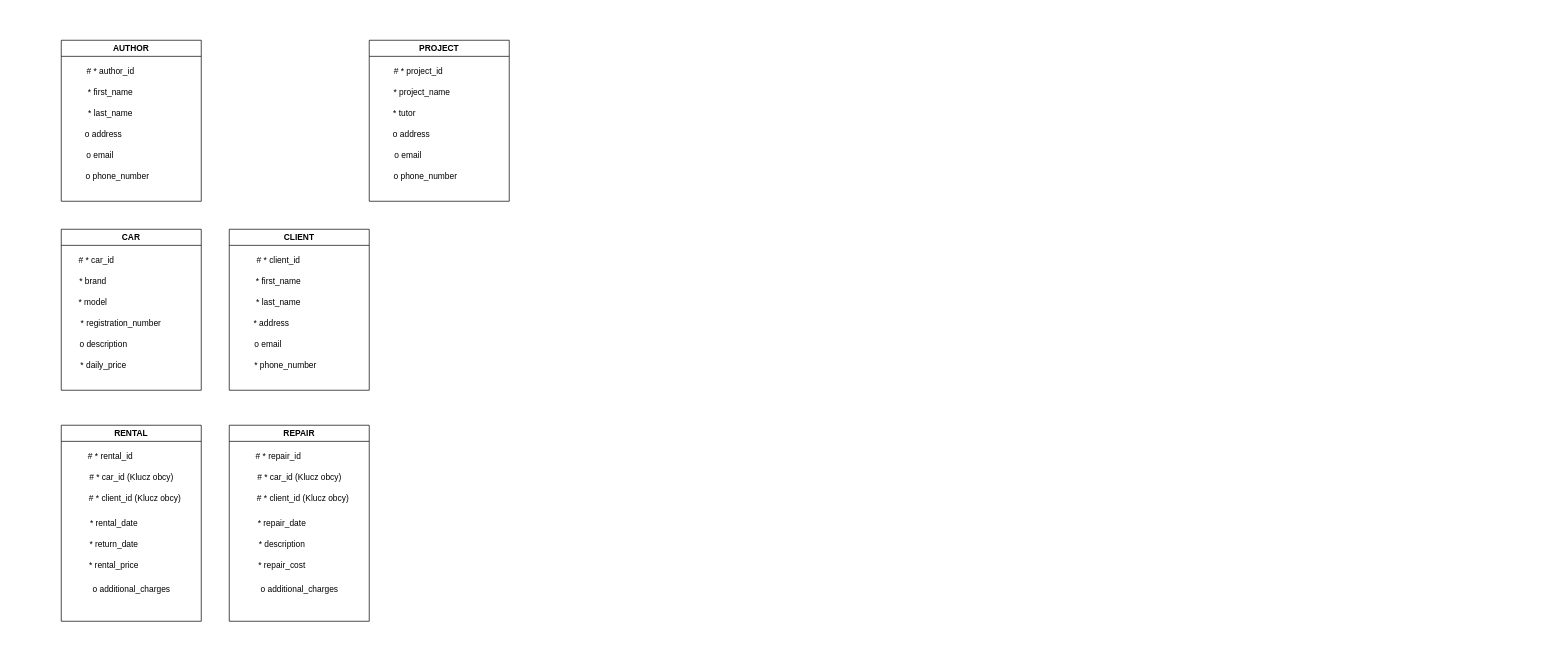
Before: CarRental.drawio in jacosaj/BazyDanychLAB, a draw.io diagram. Source tidied: cells renumbered, new cells numbered last; positions are measured from the earlier drawing's top-left corner, leaving out a move shared by most shapes. Both pictures are drawn from the tidied source at 70%, with x=0, y=0 at pixel (61, 40).
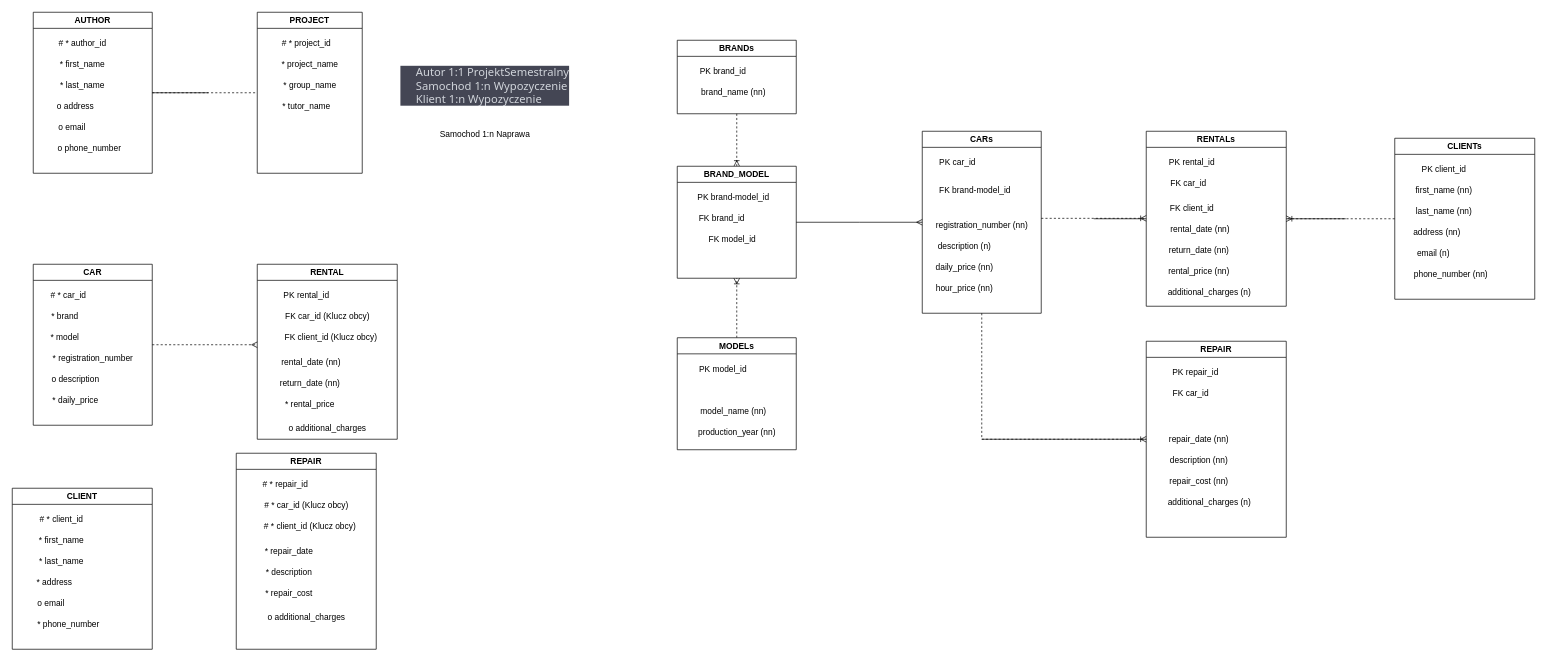
After the change.

Change to the diagram source:
```diff
@@
+    <mxCell id="46" style="edgeStyle=orthogonalEdgeStyle;rounded=0;jettySize=auto;html=1;endArrow=ERmany;endFill=0;dashed=1;" parent="1" edge="1" source="2">
+      <mxGeometry relative="1" as="geometry">
+        <mxPoint x="280" y="435" as="targetPoint" />
+      </mxGeometry>
+    </mxCell>
     <mxCell id="2" value="CAR" style="swimlane;whiteSpace=wrap;html=1;" parent="1" vertex="1">
-      <mxGeometry y="270" width="200" height="230" as="geometry" />
+      <mxGeometry x="-40" y="320" width="170" height="230" as="geometry" />
     </mxCell>
@@
     <mxCell id="9" value="CLIENT" style="swimlane;whiteSpace=wrap;html=1;startSize=23;" parent="1" vertex="1">
-      <mxGeometry x="240" y="270" width="200" height="230" as="geometry" />
+      <mxGeometry x="-70" y="640" width="200" height="230" as="geometry" />
     </mxCell>
@@
     <mxCell id="16" value="RENTAL" style="swimlane;whiteSpace=wrap;html=1;startSize=23;" parent="1" vertex="1">
-      <mxGeometry y="550" width="200" height="280" as="geometry" />
+      <mxGeometry x="280" y="320" width="200" height="250" as="geometry" />
     </mxCell>
-    <mxCell id="17" value="# *&amp;nbsp;rental_id " style="text;html=1;align=center;verticalAlign=middle;strokeColor=none;fillColor=none;" parent="16" vertex="1">
+    <mxCell id="17" value="PK rental_id " style="text;html=1;align=center;verticalAlign=middle;strokeColor=none;fillColor=none;" parent="16" vertex="1">
       <mxGeometry x="25" y="30" width="90" height="30" as="geometry" />
     </mxCell>
@@
-    <mxCell id="19" value="*&amp;nbsp;rental_date " style="text;html=1;align=center;verticalAlign=middle;strokeColor=none;fillColor=none;" parent="16" vertex="1">
-      <mxGeometry x="30" y="125" width="90" height="30" as="geometry" />
+    <mxCell id="19" value="&amp;nbsp;rental_date (nn)" style="text;html=1;align=center;verticalAlign=middle;strokeColor=none;fillColor=none;" parent="16" vertex="1">
+      <mxGeometry x="20" y="125" width="110" height="30" as="geometry" />
     </mxCell>
-    <mxCell id="20" value="* return_date " style="text;html=1;align=center;verticalAlign=middle;strokeColor=none;fillColor=none;" parent="16" vertex="1">
-      <mxGeometry x="30" y="155" width="90" height="30" as="geometry" />
+    <mxCell id="20" value="return_date (nn)" style="text;html=1;align=center;verticalAlign=middle;strokeColor=none;fillColor=none;" parent="16" vertex="1">
+      <mxGeometry x="20" y="155" width="110" height="30" as="geometry" />
     </mxCell>
-    <mxCell id="21" value="# * car_id (Klucz obcy)" style="text;html=1;align=center;verticalAlign=middle;strokeColor=none;fillColor=none;" parent="16" vertex="1">
+    <mxCell id="21" value="FK car_id (Klucz obcy)" style="text;html=1;align=center;verticalAlign=middle;strokeColor=none;fillColor=none;" parent="16" vertex="1">
       <mxGeometry x="30" y="60" width="140" height="30" as="geometry" />
     </mxCell>
-    <mxCell id="22" value="# *&amp;nbsp;client_id (Klucz obcy)" style="text;html=1;align=center;verticalAlign=middle;strokeColor=none;fillColor=none;" parent="16" vertex="1">
-      <mxGeometry x="30" y="90" width="150" height="30" as="geometry" />
+    <mxCell id="22" value="FK client_id (Klucz obcy)" style="text;html=1;align=center;verticalAlign=middle;strokeColor=none;fillColor=none;" parent="16" vertex="1">
+      <mxGeometry x="25" y="90" width="160" height="30" as="geometry" />
     </mxCell>
@@
     <mxCell id="24" value="REPAIR" style="swimlane;whiteSpace=wrap;html=1;startSize=23;" parent="1" vertex="1">
-      <mxGeometry x="240" y="550" width="200" height="280" as="geometry" />
+      <mxGeometry x="250" y="590" width="200" height="280" as="geometry" />
     </mxCell>
@@
+    <mxCell id="47" style="edgeStyle=orthogonalEdgeStyle;rounded=0;jettySize=auto;html=1;entryX=0;entryY=0.5;entryDx=0;entryDy=0;endArrow=none;endFill=0;strokeWidth=1;dashed=1;" parent="1" edge="1" source="32" target="39">
+      <mxGeometry relative="1" as="geometry" />
+    </mxCell>
+    <mxCell id="48" style="edgeStyle=orthogonalEdgeStyle;rounded=0;jettySize=auto;html=1;endArrow=none;endFill=0;" parent="1" edge="1" source="32">
+      <mxGeometry relative="1" as="geometry">
+        <mxPoint x="210" y="75" as="targetPoint" />
+      </mxGeometry>
+    </mxCell>
     <mxCell id="32" value="AUTHOR" style="swimlane;whiteSpace=wrap;html=1;startSize=23;" parent="1" vertex="1">
-      <mxGeometry width="200" height="230" as="geometry" />
+      <mxGeometry x="-40" y="-40" width="170" height="230" as="geometry" />
     </mxCell>
@@
     <mxCell id="39" value="PROJECT" style="swimlane;whiteSpace=wrap;html=1;startSize=23;" parent="1" vertex="1">
-      <mxGeometry x="440" width="200" height="230" as="geometry" />
+      <mxGeometry x="280" y="-40" width="150" height="230" as="geometry" />
     </mxCell>
@@
-    <mxCell id="41" value="o phone_number " style="text;html=1;align=center;verticalAlign=middle;strokeColor=none;fillColor=none;" parent="39" vertex="1">
-      <mxGeometry x="25" y="180" width="110" height="30" as="geometry" />
-    </mxCell>
@@
-    <mxCell id="43" value="*&amp;nbsp;tutor" style="text;html=1;align=center;verticalAlign=middle;strokeColor=none;fillColor=none;" parent="39" vertex="1">
-      <mxGeometry x="20" y="90" width="60" height="30" as="geometry" />
+    <mxCell id="43" value="*&amp;nbsp;tutor_name" style="text;html=1;align=center;verticalAlign=middle;strokeColor=none;fillColor=none;" parent="39" vertex="1">
+      <mxGeometry x="25" y="120" width="90" height="30" as="geometry" />
     </mxCell>
-    <mxCell id="44" value="o address " style="text;html=1;align=center;verticalAlign=middle;strokeColor=none;fillColor=none;" parent="39" vertex="1">
-      <mxGeometry x="20" y="120" width="80" height="30" as="geometry" />
-    </mxCell>
-    <mxCell id="45" value="o&amp;nbsp;email " style="text;html=1;align=center;verticalAlign=middle;strokeColor=none;fillColor=none;" parent="39" vertex="1">
-      <mxGeometry x="25" y="150" width="60" height="30" as="geometry" />
-    </mxCell>
+    <mxCell id="49" value="* group_name" style="text;html=1;align=center;verticalAlign=middle;strokeColor=none;fillColor=none;" parent="39" vertex="1">
+      <mxGeometry x="25" y="90" width="100" height="30" as="geometry" />
+    </mxCell>
+    <mxCell id="50" value="&lt;ul style=&quot;border: 0px solid rgb(217, 217, 227); box-sizing: border-box; --tw-border-spacing-x:0; --tw-border-spacing-y:0; --tw-translate-x:0; --tw-translate-y:0; --tw-rotate:0; --tw-skew-x:0; --tw-skew-y:0; --tw-scale-x:1; --tw-scale-y:1; --tw-pan-x: ; --tw-pan-y: ; --tw-pinch-zoom: ; --tw-scroll-snap-strictness:proximity; --tw-ordinal: ; --tw-slashed-zero: ; --tw-numeric-figure: ; --tw-numeric-spacing: ; --tw-numeric-fraction: ; --tw-ring-inset: ; --tw-ring-offset-width:0px; --tw-ring-offset-color:#fff; --tw-ring-color:rgba(59,130,246,0.5); --tw-ring-offset-shadow:0 0 transparent; --tw-ring-shadow:0 0 transparent; --tw-shadow:0 0 transparent; --tw-shadow-colored:0 0 transparent; --tw-blur: ; --tw-brightness: ; --tw-contrast: ; --tw-grayscale: ; --tw-hue-rotate: ; --tw-invert: ; --tw-saturate: ; --tw-sepia: ; --tw-drop-shadow: ; --tw-backdrop-blur: ; --tw-backdrop-brightness: ; --tw-backdrop-contrast: ; --tw-backdrop-grayscale: ; --tw-backdrop-hue-rotate: ; --tw-backdrop-invert: ; --tw-backdrop-opacity: ; --tw-backdrop-saturate: ; --tw-backdrop-sepia: ; list-style-position: initial; list-style-image: initial; margin: 1.25em 0px; padding: 0px 0px 0px 1rem; display: flex; flex-direction: column; color: rgb(209, 213, 219); font-family: Söhne, ui-sans-serif, system-ui, -apple-system, &amp;quot;Segoe UI&amp;quot;, Roboto, Ubuntu, Cantarell, &amp;quot;Noto Sans&amp;quot;, sans-serif, &amp;quot;Helvetica Neue&amp;quot;, Arial, &amp;quot;Apple Color Emoji&amp;quot;, &amp;quot;Segoe UI Emoji&amp;quot;, &amp;quot;Segoe UI Symbol&amp;quot;, &amp;quot;Noto Color Emoji&amp;quot;; font-size: 16px; text-align: start; background-color: rgb(68, 70, 84);&quot;&gt;&lt;li style=&quot;border: 0px solid rgb(217, 217, 227); box-sizing: border-box; --tw-border-spacing-x:0; --tw-border-spacing-y:0; --tw-translate-x:0; --tw-translate-y:0; --tw-rotate:0; --tw-skew-x:0; --tw-skew-y:0; --tw-scale-x:1; --tw-scale-y:1; --tw-pan-x: ; --tw-pan-y: ; --tw-pinch-zoom: ; --tw-scroll-snap-strictness:proximity; --tw-ordinal: ; --tw-slashed-zero: ; --tw-numeric-figure: ; --tw-numeric-spacing: ; --tw-numeric-fraction: ; --tw-ring-inset: ; --tw-ring-offset-width:0px; --tw-ring-offset-color:#fff; --tw-ring-color:rgba(59,130,246,0.5); --tw-ring-offset-shadow:0 0 transparent; --tw-ring-shadow:0 0 transparent; --tw-shadow:0 0 transparent; --tw-shadow-colored:0 0 transparent; --tw-blur: ; --tw-brightness: ; --tw-contrast: ; --tw-grayscale: ; --tw-hue-rotate: ; --tw-invert: ; --tw-saturate: ; --tw-sepia: ; --tw-drop-shadow: ; --tw-backdrop-blur: ; --tw-backdrop-brightness: ; --tw-backdrop-contrast: ; --tw-backdrop-grayscale: ; --tw-backdrop-hue-rotate: ; --tw-backdrop-invert: ; --tw-backdrop-opacity: ; --tw-backdrop-saturate: ; --tw-backdrop-sepia: ; margin: 0px; padding-left: 0.375em; display: block; position: relative;&quot;&gt;Autor 1:1 ProjektSemestralny&lt;/li&gt;&lt;li style=&quot;border: 0px solid rgb(217, 217, 227); box-sizing: border-box; --tw-border-spacing-x:0; --tw-border-spacing-y:0; --tw-translate-x:0; --tw-translate-y:0; --tw-rotate:0; --tw-skew-x:0; --tw-skew-y:0; --tw-scale-x:1; --tw-scale-y:1; --tw-pan-x: ; --tw-pan-y: ; --tw-pinch-zoom: ; --tw-scroll-snap-strictness:proximity; --tw-ordinal: ; --tw-slashed-zero: ; --tw-numeric-figure: ; --tw-numeric-spacing: ; --tw-numeric-fraction: ; --tw-ring-inset: ; --tw-ring-offset-width:0px; --tw-ring-offset-color:#fff; --tw-ring-color:rgba(59,130,246,0.5); --tw-ring-offset-shadow:0 0 transparent; --tw-ring-shadow:0 0 transparent; --tw-shadow:0 0 transparent; --tw-shadow-colored:0 0 transparent; --tw-blur: ; --tw-brightness: ; --tw-contrast: ; --tw-grayscale: ; --tw-hue-rotate: ; --tw-invert: ; --tw-saturate: ; --tw-sepia: ; --tw-drop-shadow: ; --tw-backdrop-blur: ; --tw-backdrop-brightness: ; --tw-backdrop-contrast: ; --tw-backdrop-grayscale: ; --tw-backdrop-hue-rotate: ; --tw-backdrop-invert: ; --tw-backdrop-opacity: ; --tw-backdrop-saturate: ; --tw-backdrop-sepia: ; margin: 0px; padding-left: 0.375em; display: block; position: relative;&quot;&gt;Samochod 1:n Wypozyczenie&lt;/li&gt;&lt;li style=&quot;border: 0px solid rgb(217, 217, 227); box-sizing: border-box; --tw-border-spacing-x:0; --tw-border-spacing-y:0; --tw-translate-x:0; --tw-translate-y:0; --tw-rotate:0; --tw-skew-x:0; --tw-skew-y:0; --tw-scale-x:1; --tw-scale-y:1; --tw-pan-x: ; --tw-pan-y: ; --tw-pinch-zoom: ; --tw-scroll-snap-strictness:proximity; --tw-ordinal: ; --tw-slashed-zero: ; --tw-numeric-figure: ; --tw-numeric-spacing: ; --tw-numeric-fraction: ; --tw-ring-inset: ; --tw-ring-offset-width:0px; --tw-ring-offset-color:#fff; --tw-ring-color:rgba(59,130,246,0.5); --tw-ring-offset-shadow:0 0 transparent; --tw-ring-shadow:0 0 transparent; --tw-shadow:0 0 transparent; --tw-shadow-colored:0 0 transparent; --tw-blur: ; --tw-brightness: ; --tw-contrast: ; --tw-grayscale: ; --tw-hue-rotate: ; --tw-invert: ; --tw-saturate: ; --tw-sepia: ; --tw-drop-shadow: ; --tw-backdrop-blur: ; --tw-backdrop-brightness: ; --tw-backdrop-contrast: ; --tw-backdrop-grayscale: ; --tw-backdrop-hue-rotate: ; --tw-backdrop-invert: ; --tw-backdrop-opacity: ; --tw-backdrop-saturate: ; --tw-backdrop-sepia: ; margin: 0px; padding-left: 0.375em; display: block; position: relative;&quot;&gt;Klient 1:n Wypozyczenie&lt;/li&gt;&lt;/ul&gt;" style="text;html=1;align=center;verticalAlign=middle;strokeColor=none;fillColor=none;" parent="1" vertex="1">
+      <mxGeometry x="480" y="10" width="250" height="110" as="geometry" />
+    </mxCell>
+    <mxCell id="51" value="Samochod 1:n Naprawa" style="text;html=1;align=center;verticalAlign=middle;strokeColor=none;fillColor=none;" parent="1" vertex="1">
+      <mxGeometry x="530" y="120" width="150" height="30" as="geometry" />
+    </mxCell>
+    <mxCell id="52" style="edgeStyle=orthogonalEdgeStyle;rounded=0;jettySize=auto;html=1;entryX=0;entryY=0.5;entryDx=0;entryDy=0;endArrow=ERoneToMany;endFill=0;dashed=1;" parent="1" edge="1" source="53" target="71">
+      <mxGeometry relative="1" as="geometry">
+        <Array as="points">
+          <mxPoint x="1315" y="570" />
+        </Array>
+      </mxGeometry>
+    </mxCell>
+    <mxCell id="53" value="CARs" style="swimlane;whiteSpace=wrap;html=1;" parent="1" vertex="1">
+      <mxGeometry x="1230" y="130" width="170" height="260" as="geometry" />
+    </mxCell>
+    <mxCell id="54" value="PK car_id" style="text;html=1;align=center;verticalAlign=middle;strokeColor=none;fillColor=none;" parent="53" vertex="1">
+      <mxGeometry x="10" y="30" width="80" height="30" as="geometry" />
+    </mxCell>
+    <mxCell id="55" value="description (n)" style="text;html=1;align=center;verticalAlign=middle;strokeColor=none;fillColor=none;" parent="53" vertex="1">
+      <mxGeometry x="10" y="150" width="100" height="30" as="geometry" />
+    </mxCell>
+    <mxCell id="56" value="daily_price (nn)" style="text;html=1;align=center;verticalAlign=middle;strokeColor=none;fillColor=none;" parent="53" vertex="1">
+      <mxGeometry x="5" y="180" width="110" height="30" as="geometry" />
+    </mxCell>
+    <mxCell id="57" value="registration_number (nn)" style="text;html=1;align=center;verticalAlign=middle;strokeColor=none;fillColor=none;" parent="53" vertex="1">
+      <mxGeometry x="10" y="120" width="150" height="30" as="geometry" />
+    </mxCell>
+    <mxCell id="58" value="hour_price (nn)" style="text;html=1;align=center;verticalAlign=middle;strokeColor=none;fillColor=none;" parent="53" vertex="1">
+      <mxGeometry x="10" y="210" width="100" height="30" as="geometry" />
+    </mxCell>
+    <mxCell id="59" value="FK brand-model_id" style="text;html=1;align=center;verticalAlign=middle;strokeColor=none;fillColor=none;" parent="53" vertex="1">
+      <mxGeometry x="10" y="70" width="130" height="30" as="geometry" />
+    </mxCell>
+    <mxCell id="60" style="edgeStyle=orthogonalEdgeStyle;rounded=0;jettySize=auto;html=1;endArrow=none;endFill=0;" parent="1" edge="1" source="62">
+      <mxGeometry relative="1" as="geometry">
+        <mxPoint x="1475" y="255" as="targetPoint" />
+      </mxGeometry>
+    </mxCell>
+    <mxCell id="61" style="edgeStyle=orthogonalEdgeStyle;rounded=0;jettySize=auto;html=1;endArrow=none;endFill=0;" parent="1" edge="1" source="62">
+      <mxGeometry relative="1" as="geometry">
+        <mxPoint x="1835" y="255" as="targetPoint" />
+      </mxGeometry>
+    </mxCell>
+    <mxCell id="62" value="RENTALs" style="swimlane;whiteSpace=wrap;html=1;startSize=23;" parent="1" vertex="1">
+      <mxGeometry x="1550" y="130" width="200" height="250" as="geometry" />
+    </mxCell>
+    <mxCell id="63" value="PK rental_id " style="text;html=1;align=center;verticalAlign=middle;strokeColor=none;fillColor=none;" parent="62" vertex="1">
+      <mxGeometry x="20" y="30" width="90" height="30" as="geometry" />
+    </mxCell>
+    <mxCell id="64" value="rental_price (nn)" style="text;html=1;align=center;verticalAlign=middle;strokeColor=none;fillColor=none;" parent="62" vertex="1">
+      <mxGeometry x="20" y="185" width="110" height="30" as="geometry" />
+    </mxCell>
+    <mxCell id="65" value="&amp;nbsp;rental_date (nn)" style="text;html=1;align=center;verticalAlign=middle;strokeColor=none;fillColor=none;" parent="62" vertex="1">
+      <mxGeometry x="20" y="125" width="110" height="30" as="geometry" />
+    </mxCell>
+    <mxCell id="66" value="return_date (nn)" style="text;html=1;align=center;verticalAlign=middle;strokeColor=none;fillColor=none;" parent="62" vertex="1">
+      <mxGeometry x="20" y="155" width="110" height="30" as="geometry" />
+    </mxCell>
+    <mxCell id="67" value="FK car_id" style="text;html=1;align=center;verticalAlign=middle;strokeColor=none;fillColor=none;" parent="62" vertex="1">
+      <mxGeometry x="25" y="60" width="70" height="30" as="geometry" />
+    </mxCell>
+    <mxCell id="68" value="FK client_id" style="text;html=1;align=center;verticalAlign=middle;strokeColor=none;fillColor=none;" parent="62" vertex="1">
+      <mxGeometry x="20" y="95" width="90" height="30" as="geometry" />
+    </mxCell>
+    <mxCell id="69" value="additional_charges (n)" style="text;html=1;align=center;verticalAlign=middle;strokeColor=none;fillColor=none;" parent="62" vertex="1">
+      <mxGeometry x="20" y="215" width="140" height="30" as="geometry" />
+    </mxCell>
+    <mxCell id="70" style="edgeStyle=orthogonalEdgeStyle;rounded=0;jettySize=auto;html=1;endArrow=none;endFill=0;" parent="1" edge="1" source="71">
+      <mxGeometry relative="1" as="geometry">
+        <mxPoint x="1315" y="570" as="targetPoint" />
+      </mxGeometry>
+    </mxCell>
+    <mxCell id="71" value="REPAIR" style="swimlane;whiteSpace=wrap;html=1;startSize=23;" parent="1" vertex="1">
+      <mxGeometry x="1550" y="430" width="200" height="280" as="geometry" />
+    </mxCell>
+    <mxCell id="72" value="PK repair_id " style="text;html=1;align=center;verticalAlign=middle;strokeColor=none;fillColor=none;" parent="71" vertex="1">
+      <mxGeometry x="25" y="30" width="90" height="30" as="geometry" />
+    </mxCell>
+    <mxCell id="73" value="repair_cost (nn)" style="text;html=1;align=center;verticalAlign=middle;strokeColor=none;fillColor=none;" parent="71" vertex="1">
+      <mxGeometry x="20" y="185" width="110" height="30" as="geometry" />
+    </mxCell>
+    <mxCell id="74" value="repair_date (nn)" style="text;html=1;align=center;verticalAlign=middle;strokeColor=none;fillColor=none;" parent="71" vertex="1">
+      <mxGeometry x="20" y="125" width="110" height="30" as="geometry" />
+    </mxCell>
+    <mxCell id="75" value="description (nn)" style="text;html=1;align=center;verticalAlign=middle;strokeColor=none;fillColor=none;" parent="71" vertex="1">
+      <mxGeometry x="20" y="155" width="110" height="30" as="geometry" />
+    </mxCell>
+    <mxCell id="76" value="FK car_id&amp;nbsp;" style="text;html=1;align=center;verticalAlign=middle;strokeColor=none;fillColor=none;" parent="71" vertex="1">
+      <mxGeometry x="25" y="60" width="80" height="30" as="geometry" />
+    </mxCell>
+    <mxCell id="77" value="additional_charges (n)" style="text;html=1;align=center;verticalAlign=middle;strokeColor=none;fillColor=none;" parent="71" vertex="1">
+      <mxGeometry x="20" y="215" width="140" height="30" as="geometry" />
+    </mxCell>
+    <mxCell id="78" style="edgeStyle=orthogonalEdgeStyle;rounded=0;jettySize=auto;html=1;entryX=1;entryY=0.5;entryDx=0;entryDy=0;endArrow=ERoneToMany;endFill=0;dashed=1;" parent="1" edge="1" source="79" target="62">
+      <mxGeometry relative="1" as="geometry" />
+    </mxCell>
+    <mxCell id="79" value="CLIENTs" style="swimlane;whiteSpace=wrap;html=1;startSize=23;" parent="1" vertex="1">
+      <mxGeometry x="1905" y="140" width="200" height="230" as="geometry" />
+    </mxCell>
+    <mxCell id="80" value="PK client_id " style="text;html=1;align=center;verticalAlign=middle;strokeColor=none;fillColor=none;" parent="79" vertex="1">
+      <mxGeometry x="25" y="30" width="90" height="30" as="geometry" />
+    </mxCell>
+    <mxCell id="81" value="phone_number (nn)" style="text;html=1;align=center;verticalAlign=middle;strokeColor=none;fillColor=none;" parent="79" vertex="1">
+      <mxGeometry x="15" y="180" width="130" height="30" as="geometry" />
+    </mxCell>
+    <mxCell id="82" value="first_name (nn)" style="text;html=1;align=center;verticalAlign=middle;strokeColor=none;fillColor=none;" parent="79" vertex="1">
+      <mxGeometry x="20" y="60" width="100" height="30" as="geometry" />
+    </mxCell>
+    <mxCell id="83" value="last_name (nn)" style="text;html=1;align=center;verticalAlign=middle;strokeColor=none;fillColor=none;" parent="79" vertex="1">
+      <mxGeometry x="20" y="90" width="100" height="30" as="geometry" />
+    </mxCell>
+    <mxCell id="84" value="address (nn)" style="text;html=1;align=center;verticalAlign=middle;strokeColor=none;fillColor=none;" parent="79" vertex="1">
+      <mxGeometry x="15" y="120" width="90" height="30" as="geometry" />
+    </mxCell>
+    <mxCell id="85" value="email (n)" style="text;html=1;align=center;verticalAlign=middle;strokeColor=none;fillColor=none;" parent="79" vertex="1">
+      <mxGeometry x="20" y="150" width="70" height="30" as="geometry" />
+    </mxCell>
+    <mxCell id="86" style="edgeStyle=orthogonalEdgeStyle;rounded=0;orthogonalLoop=1;jettySize=auto;html=1;endArrow=ERoneToMany;endFill=0;dashed=1;" parent="1" edge="1">
+      <mxGeometry relative="1" as="geometry">
+        <mxPoint x="1400" y="254.4" as="sourcePoint" />
+        <mxPoint x="1550" y="254.4" as="targetPoint" />
+      </mxGeometry>
+    </mxCell>
+    <mxCell id="87" style="edgeStyle=orthogonalEdgeStyle;rounded=0;jettySize=auto;html=1;entryX=0.5;entryY=0;entryDx=0;entryDy=0;endArrow=ERoneToMany;endFill=0;dashed=1;" parent="1" edge="1" source="88" target="97">
+      <mxGeometry relative="1" as="geometry" />
+    </mxCell>
+    <mxCell id="88" value="BRANDs" style="swimlane;whiteSpace=wrap;html=1;" parent="1" vertex="1">
+      <mxGeometry x="880" width="170" height="105" as="geometry" />
+    </mxCell>
+    <mxCell id="89" value="PK brand_id" style="text;html=1;align=center;verticalAlign=middle;strokeColor=none;fillColor=none;" parent="88" vertex="1">
+      <mxGeometry x="20" y="30" width="90" height="30" as="geometry" />
+    </mxCell>
+    <mxCell id="90" value="brand_name (nn)" style="text;html=1;align=center;verticalAlign=middle;strokeColor=none;fillColor=none;" parent="88" vertex="1">
+      <mxGeometry x="20" y="60" width="120" height="30" as="geometry" />
+    </mxCell>
+    <mxCell id="91" style="edgeStyle=orthogonalEdgeStyle;rounded=0;jettySize=auto;html=1;entryX=0.5;entryY=1;entryDx=0;entryDy=0;endArrow=ERoneToMany;endFill=0;dashed=1;" parent="1" edge="1" source="92" target="97">
+      <mxGeometry relative="1" as="geometry" />
+    </mxCell>
+    <mxCell id="92" value="MODELs" style="swimlane;whiteSpace=wrap;html=1;" parent="1" vertex="1">
+      <mxGeometry x="880" y="425" width="170" height="160" as="geometry" />
+    </mxCell>
+    <mxCell id="93" value="PK model_id" style="text;html=1;align=center;verticalAlign=middle;strokeColor=none;fillColor=none;" parent="92" vertex="1">
+      <mxGeometry x="20" y="30" width="90" height="30" as="geometry" />
+    </mxCell>
+    <mxCell id="94" value="model_name (nn)" style="text;html=1;align=center;verticalAlign=middle;strokeColor=none;fillColor=none;" parent="92" vertex="1">
+      <mxGeometry x="20" y="90" width="120" height="30" as="geometry" />
+    </mxCell>
+    <mxCell id="95" value="production_year (nn)" style="text;html=1;align=center;verticalAlign=middle;strokeColor=none;fillColor=none;" parent="92" vertex="1">
+      <mxGeometry x="20" y="120" width="130" height="30" as="geometry" />
+    </mxCell>
+    <mxCell id="96" style="edgeStyle=orthogonalEdgeStyle;rounded=0;jettySize=auto;html=1;endArrow=ERmany;endFill=0;" parent="1" edge="1" source="97">
+      <mxGeometry relative="1" as="geometry">
+        <mxPoint x="1230" y="260" as="targetPoint" />
+      </mxGeometry>
+    </mxCell>
+    <mxCell id="97" value="BRAND_MODEL" style="swimlane;whiteSpace=wrap;html=1;" parent="1" vertex="1">
+      <mxGeometry x="880" y="180" width="170" height="160" as="geometry" />
+    </mxCell>
+    <mxCell id="98" value="PK brand-model_id" style="text;html=1;align=center;verticalAlign=middle;strokeColor=none;fillColor=none;" parent="97" vertex="1">
+      <mxGeometry x="15" y="30" width="130" height="30" as="geometry" />
+    </mxCell>
+    <mxCell id="99" value="FK model_id&amp;nbsp;" style="text;html=1;align=center;verticalAlign=middle;strokeColor=none;fillColor=none;" parent="97" vertex="1">
+      <mxGeometry x="35" y="90" width="90" height="30" as="geometry" />
+    </mxCell>
+    <mxCell id="100" value="FK brand_id&amp;nbsp;" style="text;html=1;align=center;verticalAlign=middle;strokeColor=none;fillColor=none;" parent="97" vertex="1">
+      <mxGeometry x="20" y="60" width="90" height="30" as="geometry" />
+    </mxCell>
```
